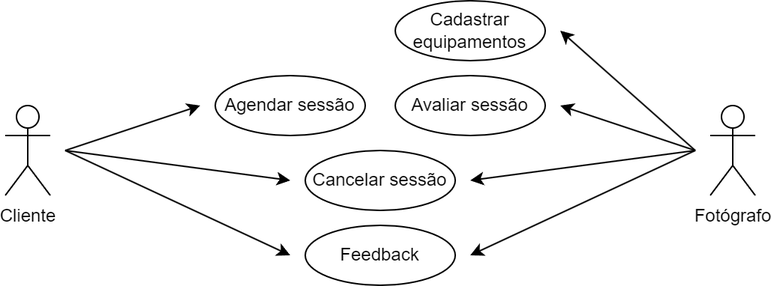
Earlier version of the draw.io export imagens/Modelo de Caso de Uso.png (JuanLiraEst/Flash). Source tidied: cells renumbered, new cells last; positions are measured from the earlier drawing's top-left corner, leaving out a move shared by most shapes.
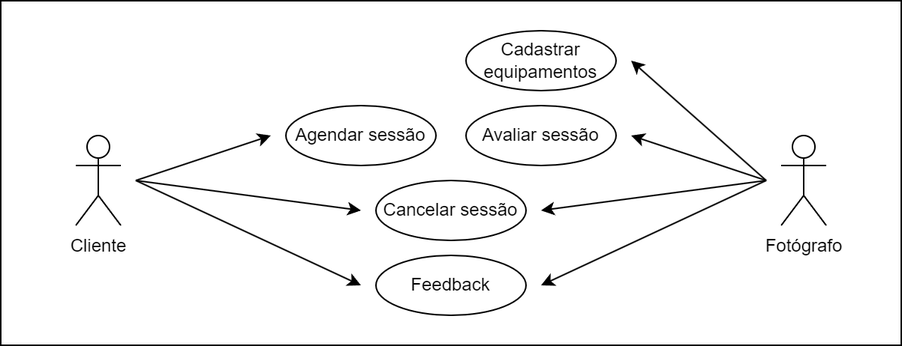
The same diagram one commit later.

Diff of the diagram source:
```diff
@@ -65,5 +65,8 @@
         <mxPoint x="190" y="170" as="targetPoint" />
       </mxGeometry>
     </mxCell>
+    <mxCell id="16" style="rounded=0;whiteSpace=wrap;html=1;glass=0;fillColor=none;" parent="1" vertex="1">
+      <mxGeometry x="-50" y="-20" width="600" height="230" as="geometry" />
+    </mxCell>
   </root>
 </mxGraphModel>
```
